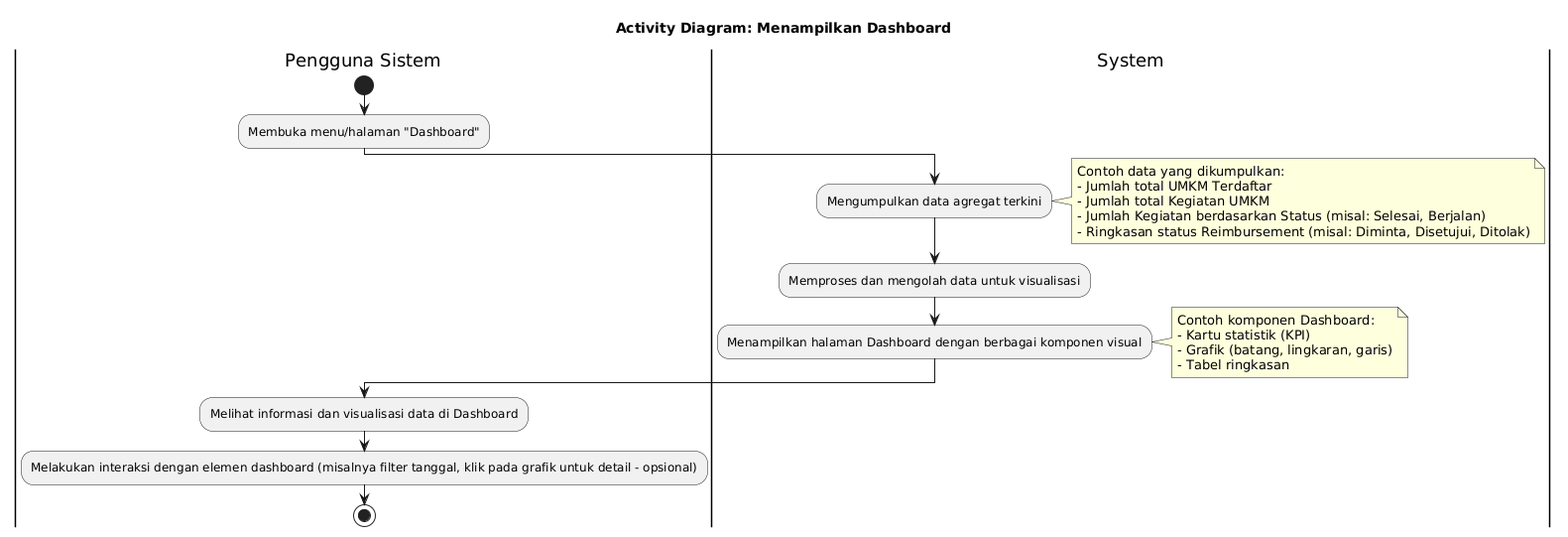
Before: activity diagram/Dashboard/dashboard.png, a diagram exported from PlantUML (Mrmgnt/diagram-kp).
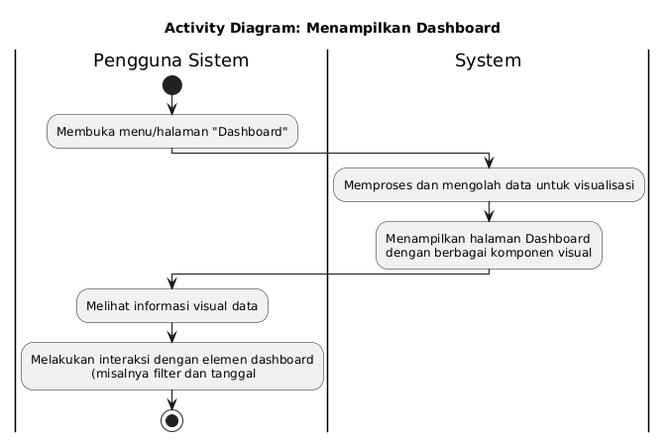
After the commit.

Change to the diagram source:
```diff
@@ -6,26 +6,13 @@
 :Membuka menu/halaman "Dashboard";
 
 |System|
-:Mengumpulkan data agregat terkini;
-note right
-  Contoh data yang dikumpulkan:
-  - Jumlah total UMKM Terdaftar
-  - Jumlah total Kegiatan UMKM
-  - Jumlah Kegiatan berdasarkan Status (misal: Selesai, Berjalan)
-  - Ringkasan status Reimbursement (misal: Diminta, Disetujui, Ditolak)
-end note
 :Memproses dan mengolah data untuk visualisasi;
-:Menampilkan halaman Dashboard dengan berbagai komponen visual;
-note right
-  Contoh komponen Dashboard:
-  - Kartu statistik (KPI)
-  - Grafik (batang, lingkaran, garis)
-  - Tabel ringkasan
-end note
-
+:Menampilkan halaman Dashboard
+dengan berbagai komponen visual;
 |Pengguna Sistem|
-:Melihat informasi dan visualisasi data di Dashboard;
-:Melakukan interaksi dengan elemen dashboard (misalnya filter tanggal, klik pada grafik untuk detail - opsional);
+:Melihat informasi visual data;
+:Melakukan interaksi dengan elemen dashboard
+                (misalnya filter dan tanggal;
 
 stop
 @enduml
```
